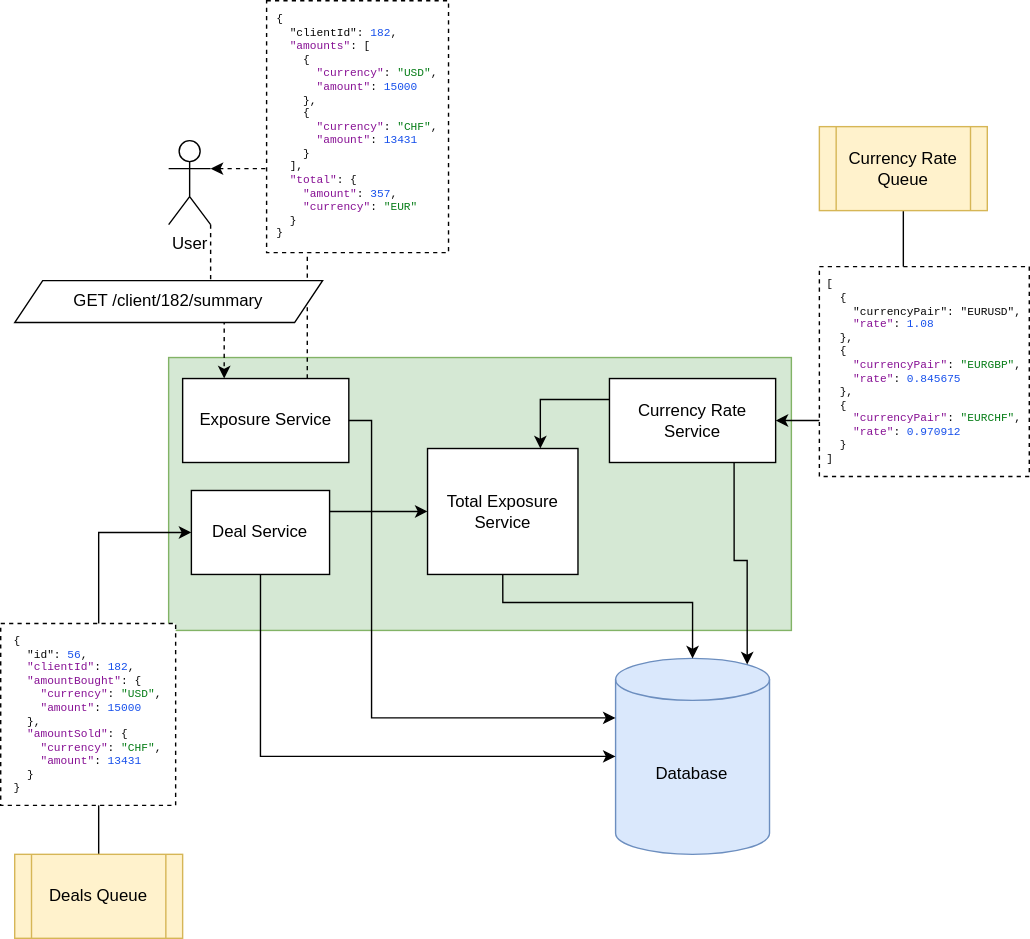
This is docs/schema.dio.svg from bmstr-ru/java2go, a draw.io export, as it was before one commit. Source tidied: cells renumbered, new cells last; positions are measured from the earlier drawing's top-left corner, leaving out a move shared by most shapes.
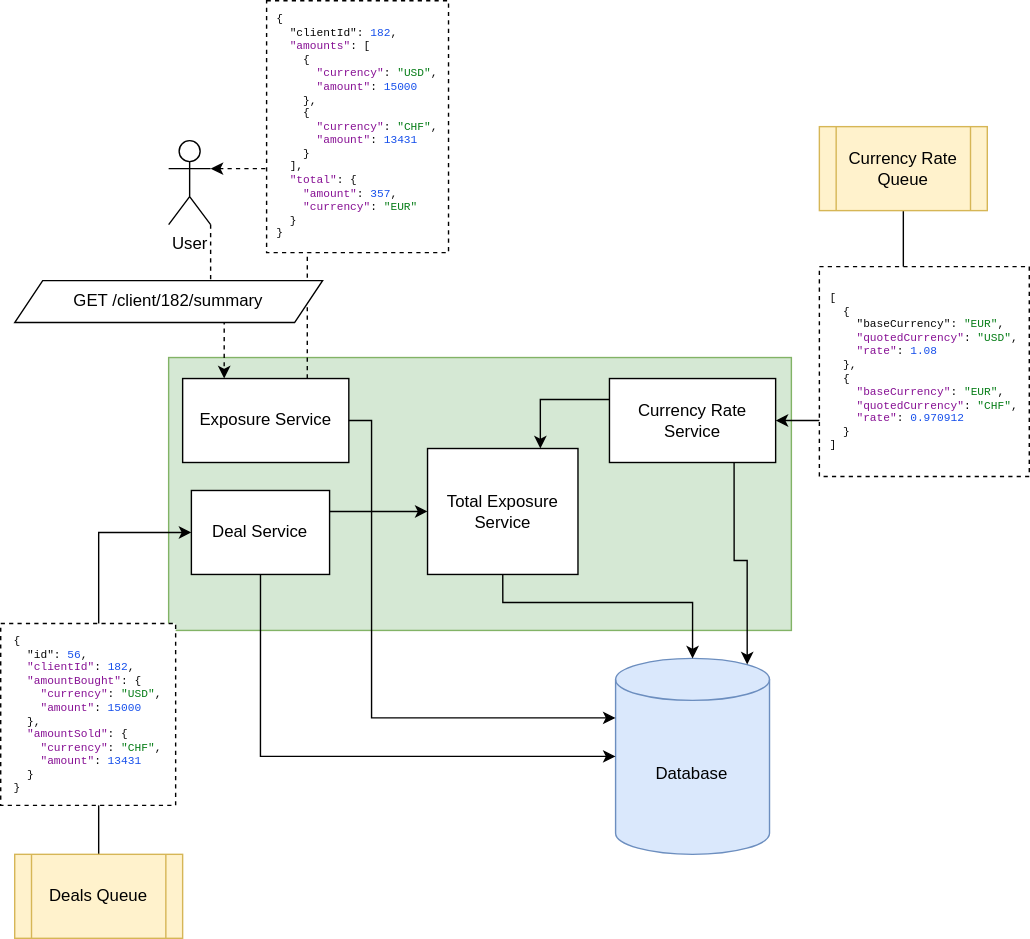
The same file after the commit.

Diff of the diagram source:
```diff
@@ -56,7 +56,7 @@
     <mxCell id="19" value="Currency Rate Queue" style="shape=process;whiteSpace=wrap;html=1;backgroundOutline=1;fillColor=#fff2cc;strokeColor=#d6b656;" parent="1" vertex="1">
       <mxGeometry x="585" y="90" width="120" height="60" as="geometry" />
     </mxCell>
-    <mxCell id="20" value="&lt;pre style=&quot;border-color: var(--border-color); color: rgb(8, 8, 8); font-size: 8px; text-align: left; background-color: rgb(255, 255, 255); font-family: &amp;quot;JetBrains Mono&amp;quot;, monospace;&quot;&gt;&lt;pre style=&quot;font-family:'JetBrains Mono',monospace;font-size:9,8pt;&quot;&gt;&lt;pre style=&quot;font-family:'JetBrains Mono',monospace;font-size:9,8pt;&quot;&gt;&lt;pre style=&quot;font-family:'JetBrains Mono',monospace;font-size:9,8pt;&quot;&gt;&lt;div&gt;&lt;pre style=&quot;font-family:'JetBrains Mono',monospace;font-size:9,8pt;&quot;&gt;[&lt;br&gt;  {&lt;br&gt;    &quot;currencyPair&quot;: &quot;EURUSD&quot;&lt;span style=&quot;&quot;&gt;,&lt;/span&gt;&lt;br&gt;    &lt;span style=&quot;color:#871094;&quot;&gt;&quot;rate&quot;&lt;/span&gt;: &lt;span style=&quot;color:#1750eb;&quot;&gt;1.08&lt;br&gt;&lt;/span&gt;&lt;span style=&quot;color:#1750eb;&quot;&gt;  &lt;/span&gt;},&lt;br&gt;  {&lt;br&gt;    &lt;span style=&quot;color:#871094;&quot;&gt;&quot;currencyPair&quot;&lt;/span&gt;: &lt;span style=&quot;color:#067d17;&quot;&gt;&quot;EURGBP&quot;&lt;/span&gt;,&lt;br&gt;    &lt;span style=&quot;color:#871094;&quot;&gt;&quot;rate&quot;&lt;/span&gt;: &lt;span style=&quot;color:#1750eb;&quot;&gt;0.845675&lt;br&gt;&lt;/span&gt;&lt;span style=&quot;color:#1750eb;&quot;&gt;  &lt;/span&gt;},&lt;br&gt;  {&lt;br&gt;    &lt;span style=&quot;color:#871094;&quot;&gt;&quot;currencyPair&quot;&lt;/span&gt;: &lt;span style=&quot;color:#067d17;&quot;&gt;&quot;EURCHF&quot;&lt;/span&gt;,&lt;br&gt;    &lt;span style=&quot;color:#871094;&quot;&gt;&quot;rate&quot;&lt;/span&gt;: &lt;span style=&quot;color:#1750eb;&quot;&gt;0.970912&lt;br&gt;&lt;/span&gt;&lt;span style=&quot;color:#1750eb;&quot;&gt;  &lt;/span&gt;}&lt;br&gt;]&lt;/pre&gt;&lt;/div&gt;&lt;/pre&gt;&lt;/pre&gt;&lt;/pre&gt;&lt;/pre&gt;" style="rounded=0;whiteSpace=wrap;html=1;dashed=1;" parent="1" vertex="1">
+    <mxCell id="20" value="&lt;pre style=&quot;border-color: var(--border-color); color: rgb(8, 8, 8); font-size: 8px; text-align: left; background-color: rgb(255, 255, 255); font-family: &amp;quot;JetBrains Mono&amp;quot;, monospace;&quot;&gt;&lt;pre style=&quot;font-family:'JetBrains Mono',monospace;font-size:9,8pt;&quot;&gt;&lt;pre style=&quot;font-family:'JetBrains Mono',monospace;font-size:9,8pt;&quot;&gt;&lt;pre style=&quot;font-family:'JetBrains Mono',monospace;font-size:9,8pt;&quot;&gt;&lt;pre style=&quot;font-family:'JetBrains Mono',monospace;font-size:9,8pt;&quot;&gt;&lt;div&gt;&lt;pre style=&quot;font-family:'JetBrains Mono',monospace;font-size:9,8pt;&quot;&gt;[&lt;br&gt;  {&lt;br&gt;    &quot;baseCurrency&quot;: &lt;span style=&quot;color:#067d17;&quot;&gt;&quot;EUR&quot;&lt;/span&gt;,&lt;br&gt;    &lt;span style=&quot;color:#871094;&quot;&gt;&quot;quotedCurrency&quot;&lt;/span&gt;: &lt;span style=&quot;color:#067d17;&quot;&gt;&quot;USD&quot;&lt;/span&gt;,&lt;br&gt;    &lt;span style=&quot;color:#871094;&quot;&gt;&quot;rate&quot;&lt;/span&gt;: &lt;span style=&quot;color:#1750eb;&quot;&gt;1.08&lt;br&gt;&lt;/span&gt;&lt;span style=&quot;color:#1750eb;&quot;&gt;  &lt;/span&gt;},&lt;br&gt;  {&lt;br&gt;    &lt;span style=&quot;color:#871094;&quot;&gt;&quot;baseCurrency&quot;&lt;/span&gt;: &lt;span style=&quot;color:#067d17;&quot;&gt;&quot;EUR&quot;&lt;/span&gt;,&lt;br&gt;    &lt;span style=&quot;color:#871094;&quot;&gt;&quot;quotedCurrency&quot;&lt;/span&gt;: &lt;span style=&quot;color:#067d17;&quot;&gt;&quot;CHF&quot;&lt;/span&gt;,&lt;br&gt;    &lt;span style=&quot;color:#871094;&quot;&gt;&quot;rate&quot;&lt;/span&gt;: &lt;span style=&quot;color:#1750eb;&quot;&gt;0.970912&lt;br&gt;&lt;/span&gt;&lt;span style=&quot;color:#1750eb;&quot;&gt;  &lt;/span&gt;}&lt;br&gt;]&lt;/pre&gt;&lt;/div&gt;&lt;/pre&gt;&lt;/pre&gt;&lt;/pre&gt;&lt;/pre&gt;&lt;/pre&gt;" style="rounded=0;whiteSpace=wrap;html=1;dashed=1;" parent="1" vertex="1">
       <mxGeometry x="585" y="190" width="150" height="150" as="geometry" />
     </mxCell>
     <mxCell id="21" value="Total Exposure Service" style="rounded=0;whiteSpace=wrap;html=1;" parent="1" vertex="1">
```
